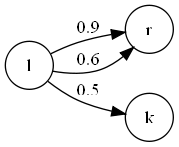
Above: WebOfTrust/l.dot.png in hariseldon78/web_of_trust (Graphviz), before the change. Its source is kept beside it as WebOfTrust/l.dot.
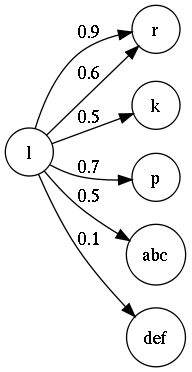
Above is the later version.

Diff of the diagram source:
```diff
@@ -4,4 +4,7 @@
 l -> r [ label = 0.9 ];
 l -> r [ label = 0.6 ];
 l -> k [ label = 0.5 ];
+l -> p [ label = 0.7 ];
+l -> abc [ label = 0.5 ];
+l -> def [ label = 0.1 ];
 }
```
